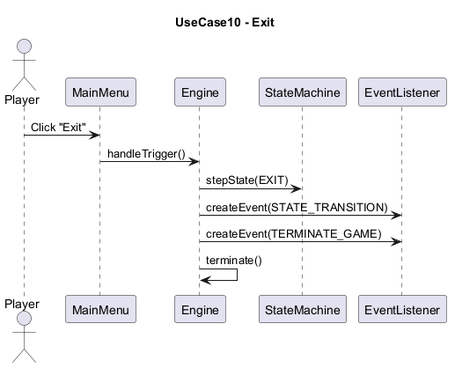
Above: docs/Diagrams/uc10.png in ChuzaWick420/FYP_AI_Based_Puzzle_Game (PlantUML), before the change. Its diagram source:
```plantuml
@startuml
title UseCase10 - Exit

actor Player

participant MainMenu
participant Engine
participant StateMachine
participant EventListener

Player -> MainMenu : Click "Exit"

MainMenu -> Engine : handleTrigger()

Engine -> StateMachine : stepState(EXIT)

Engine -> EventListener : createEvent(STATE_TRANSITION)
Engine -> EventListener : createEvent(TERMINATE_GAME)

Engine -> Engine : terminate()

@enduml
```
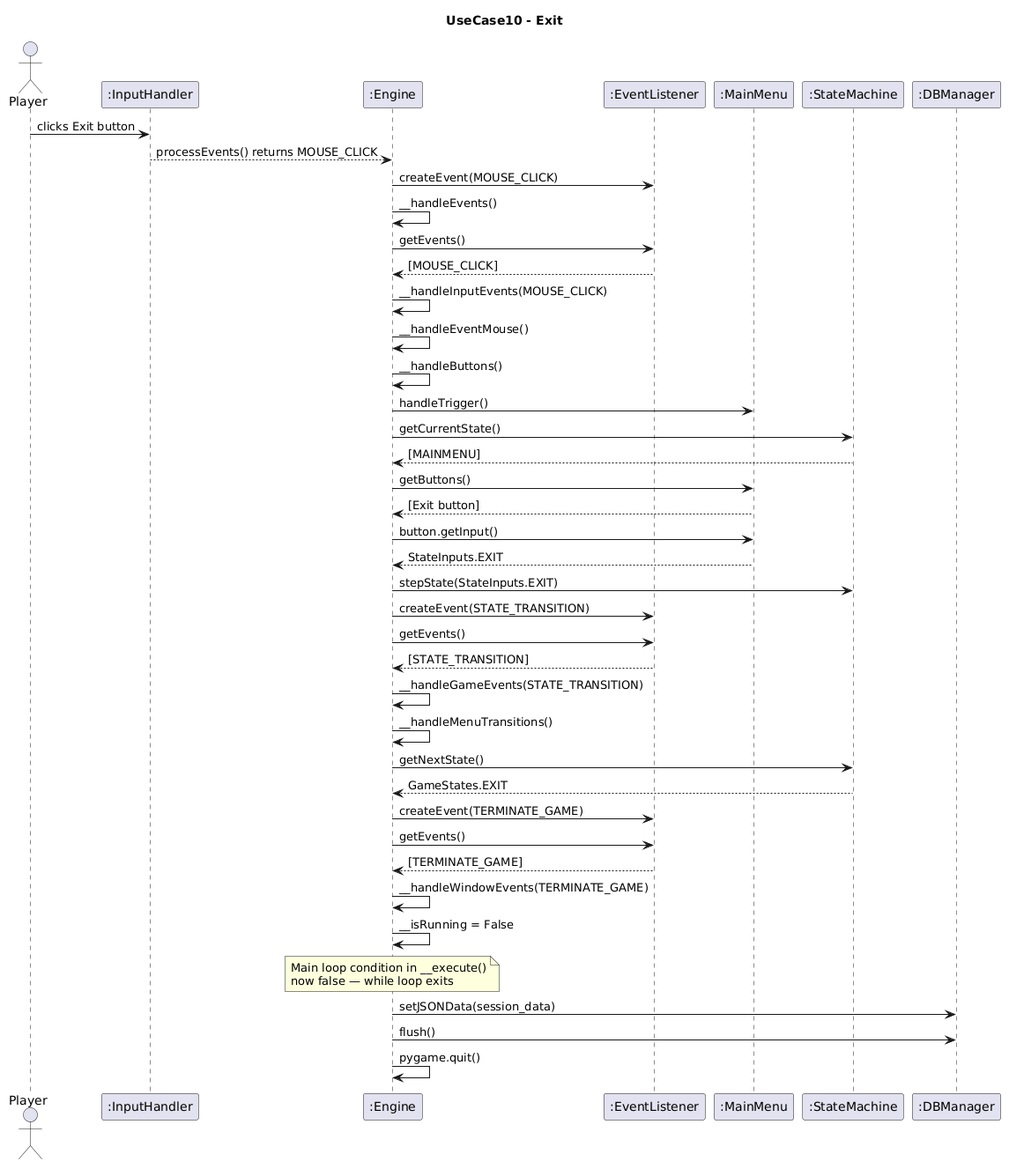
After the commit.

The edit, as a diff of the source:
```diff
@@ -2,21 +2,62 @@
 title UseCase10 - Exit
 
 actor Player
+participant ":InputHandler" as IH
+participant ":Engine" as E
+participant ":EventListener" as EL
+participant ":MainMenu" as MM
+participant ":StateMachine" as SM
+participant ":DBManager" as DB
 
-participant MainMenu
-participant Engine
-participant StateMachine
-participant EventListener
+Player -> IH : clicks Exit button
 
-Player -> MainMenu : Click "Exit"
+IH --> E : processEvents() returns MOUSE_CLICK
 
-MainMenu -> Engine : handleTrigger()
+E -> EL : createEvent(MOUSE_CLICK)
 
-Engine -> StateMachine : stepState(EXIT)
+E -> E : __handleEvents()
 
-Engine -> EventListener : createEvent(STATE_TRANSITION)
-Engine -> EventListener : createEvent(TERMINATE_GAME)
+E -> EL : getEvents()
+EL --> E : [MOUSE_CLICK]
 
-Engine -> Engine : terminate()
+E -> E : __handleInputEvents(MOUSE_CLICK)
+E -> E : __handleEventMouse()
+E -> E : __handleButtons()
 
+E -> MM : handleTrigger()
+
+E -> SM : getCurrentState()
+SM --> E : [MAINMENU]
+
+E -> MM : getButtons()
+MM --> E : [Exit button]
+E -> MM : button.getInput()
+MM --> E : StateInputs.EXIT
+
+E -> SM : stepState(StateInputs.EXIT)
+E -> EL : createEvent(STATE_TRANSITION)
+
+E -> EL : getEvents()
+EL --> E : [STATE_TRANSITION]
+
+E -> E : __handleGameEvents(STATE_TRANSITION)
+E -> E : __handleMenuTransitions()
+E -> SM : getNextState()
+SM --> E : GameStates.EXIT
+E -> EL : createEvent(TERMINATE_GAME)
+
+E -> EL : getEvents()
+EL --> E : [TERMINATE_GAME]
+
+E -> E : __handleWindowEvents(TERMINATE_GAME)
+E -> E : __isRunning = False
+
+note over E
+  Main loop condition in __execute()
+  now false — while loop exits
+end note
+
+E -> DB : setJSONData(session_data)
+E -> DB : flush()
+E -> E : pygame.quit()
 @enduml
```
